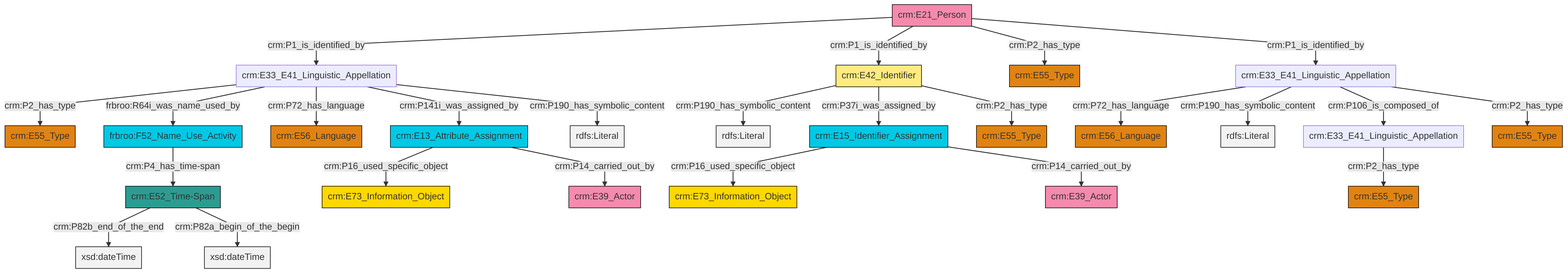
Above: et/personCSV/ttl/mmd/png/Person_Names_and_Classification.png in swiss-art-research-net/docs.swissartresearch (Mermaid), before the change. Its source is kept beside it as et/personCSV/ttl/mmd/Person_Names_and_Classification.ttl.mmd.
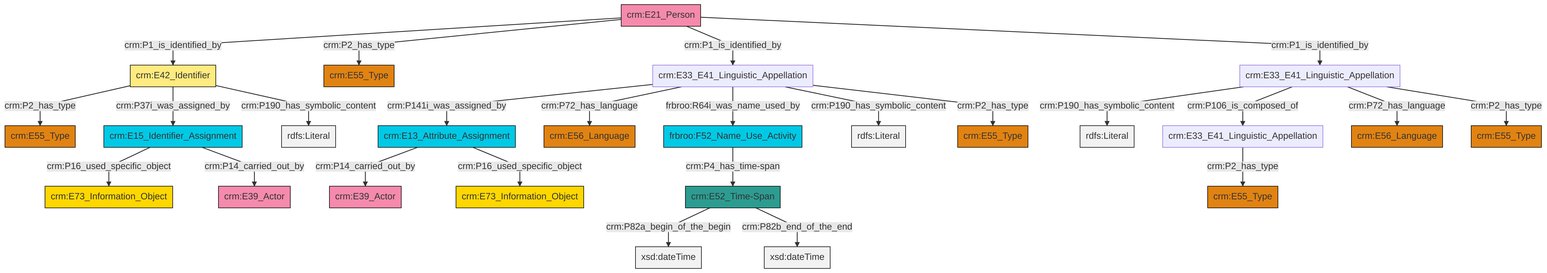
Later version of the same file.

What changed in the source:
```diff
@@ -13,27 +13,27 @@
 classDef PC_Classes fill:#4ce600, stroke:#000000;
 classDef Multi fill:#cccccc,stroke:#000000;
 
-4["crm:E13_Attribute_Assignment"]:::Temporal_Entity -->|crm:P16_used_specific_object| 5["crm:E73_Information_Object"]:::Conceptual_Object
-6["crm:E33_E41_Linguistic_Appellation"]:::Default -->|crm:P72_has_language| 7["crm:E56_Language"]:::Type
-9["crm:E21_Person"]:::Actor -->|crm:P1_is_identified_by| 10["crm:E33_E41_Linguistic_Appellation"]:::Default
-11["crm:E15_Identifier_Assignment"]:::Temporal_Entity -->|crm:P16_used_specific_object| 12["crm:E73_Information_Object"]:::Conceptual_Object
-10["crm:E33_E41_Linguistic_Appellation"]:::Default -->|crm:P2_has_type| 15["crm:E55_Type"]:::Type
-18["frbroo:F52_Name_Use_Activity"]:::Temporal_Entity -->|crm:P4_has_time-span| 19["crm:E52_Time-Span"]:::Time-Span
-4["crm:E13_Attribute_Assignment"]:::Temporal_Entity -->|crm:P14_carried_out_by| 21["crm:E39_Actor"]:::Actor
-10["crm:E33_E41_Linguistic_Appellation"]:::Default -->|frbroo:R64i_was_name_used_by| 18["frbroo:F52_Name_Use_Activity"]:::Temporal_Entity
-13["crm:E42_Identifier"]:::Appellation -->|crm:P190_has_symbolic_content| 24[rdfs:Literal]:::Literal
-10["crm:E33_E41_Linguistic_Appellation"]:::Default -->|crm:P72_has_language| 25["crm:E56_Language"]:::Type
-13["crm:E42_Identifier"]:::Appellation -->|crm:P37i_was_assigned_by| 11["crm:E15_Identifier_Assignment"]:::Temporal_Entity
-6["crm:E33_E41_Linguistic_Appellation"]:::Default -->|crm:P190_has_symbolic_content| 27[rdfs:Literal]:::Literal
-0["crm:E33_E41_Linguistic_Appellation"]:::Default -->|crm:P2_has_type| 16["crm:E55_Type"]:::Type
-9["crm:E21_Person"]:::Actor -->|crm:P1_is_identified_by| 13["crm:E42_Identifier"]:::Appellation
-10["crm:E33_E41_Linguistic_Appellation"]:::Default -->|crm:P141i_was_assigned_by| 4["crm:E13_Attribute_Assignment"]:::Temporal_Entity
-13["crm:E42_Identifier"]:::Appellation -->|crm:P2_has_type| 30["crm:E55_Type"]:::Type
-10["crm:E33_E41_Linguistic_Appellation"]:::Default -->|crm:P190_has_symbolic_content| 33[rdfs:Literal]:::Literal
-11["crm:E15_Identifier_Assignment"]:::Temporal_Entity -->|crm:P14_carried_out_by| 34["crm:E39_Actor"]:::Actor
-19["crm:E52_Time-Span"]:::Time-Span -->|crm:P82b_end_of_the_end| 35[xsd:dateTime]:::Literal
-9["crm:E21_Person"]:::Actor -->|crm:P2_has_type| 36["crm:E55_Type"]:::Type
-6["crm:E33_E41_Linguistic_Appellation"]:::Default -->|crm:P106_is_composed_of| 0["crm:E33_E41_Linguistic_Appellation"]:::Default
-19["crm:E52_Time-Span"]:::Time-Span -->|crm:P82a_begin_of_the_begin| 42[xsd:dateTime]:::Literal
-6["crm:E33_E41_Linguistic_Appellation"]:::Default -->|crm:P2_has_type| 2["crm:E55_Type"]:::Type
-9["crm:E21_Person"]:::Actor -->|crm:P1_is_identified_by| 6["crm:E33_E41_Linguistic_Appellation"]:::Default
+0["crm:E42_Identifier"]:::Appellation -->|crm:P2_has_type| 1["crm:E55_Type"]:::Type
+2["crm:E21_Person"]:::Actor -->|crm:P1_is_identified_by| 0["crm:E42_Identifier"]:::Appellation
+3["crm:E33_E41_Linguistic_Appellation"]:::Default -->|crm:P141i_was_assigned_by| 4["crm:E13_Attribute_Assignment"]:::Temporal_Entity
+7["crm:E33_E41_Linguistic_Appellation"]:::Default -->|crm:P190_has_symbolic_content| 8[rdfs:Literal]:::Literal
+3["crm:E33_E41_Linguistic_Appellation"]:::Default -->|crm:P72_has_language| 5["crm:E56_Language"]:::Type
+0["crm:E42_Identifier"]:::Appellation -->|crm:P37i_was_assigned_by| 10["crm:E15_Identifier_Assignment"]:::Temporal_Entity
+11["crm:E52_Time-Span"]:::Time-Span -->|crm:P82a_begin_of_the_begin| 13[xsd:dateTime]:::Literal
+2["crm:E21_Person"]:::Actor -->|crm:P2_has_type| 15["crm:E55_Type"]:::Type
+2["crm:E21_Person"]:::Actor -->|crm:P1_is_identified_by| 3["crm:E33_E41_Linguistic_Appellation"]:::Default
+7["crm:E33_E41_Linguistic_Appellation"]:::Default -->|crm:P106_is_composed_of| 16["crm:E33_E41_Linguistic_Appellation"]:::Default
+4["crm:E13_Attribute_Assignment"]:::Temporal_Entity -->|crm:P14_carried_out_by| 17["crm:E39_Actor"]:::Actor
+11["crm:E52_Time-Span"]:::Time-Span -->|crm:P82b_end_of_the_end| 19[xsd:dateTime]:::Literal
+2["crm:E21_Person"]:::Actor -->|crm:P1_is_identified_by| 7["crm:E33_E41_Linguistic_Appellation"]:::Default
+10["crm:E15_Identifier_Assignment"]:::Temporal_Entity -->|crm:P16_used_specific_object| 23["crm:E73_Information_Object"]:::Conceptual_Object
+21["frbroo:F52_Name_Use_Activity"]:::Temporal_Entity -->|crm:P4_has_time-span| 11["crm:E52_Time-Span"]:::Time-Span
+3["crm:E33_E41_Linguistic_Appellation"]:::Default -->|frbroo:R64i_was_name_used_by| 21["frbroo:F52_Name_Use_Activity"]:::Temporal_Entity
+10["crm:E15_Identifier_Assignment"]:::Temporal_Entity -->|crm:P14_carried_out_by| 32["crm:E39_Actor"]:::Actor
+7["crm:E33_E41_Linguistic_Appellation"]:::Default -->|crm:P72_has_language| 24["crm:E56_Language"]:::Type
+0["crm:E42_Identifier"]:::Appellation -->|crm:P190_has_symbolic_content| 41[rdfs:Literal]:::Literal
+7["crm:E33_E41_Linguistic_Appellation"]:::Default -->|crm:P2_has_type| 27["crm:E55_Type"]:::Type
+16["crm:E33_E41_Linguistic_Appellation"]:::Default -->|crm:P2_has_type| 33["crm:E55_Type"]:::Type
+3["crm:E33_E41_Linguistic_Appellation"]:::Default -->|crm:P190_has_symbolic_content| 44[rdfs:Literal]:::Literal
+3["crm:E33_E41_Linguistic_Appellation"]:::Default -->|crm:P2_has_type| 45["crm:E55_Type"]:::Type
+4["crm:E13_Attribute_Assignment"]:::Temporal_Entity -->|crm:P16_used_specific_object| 39["crm:E73_Information_Object"]:::Conceptual_Object
```
